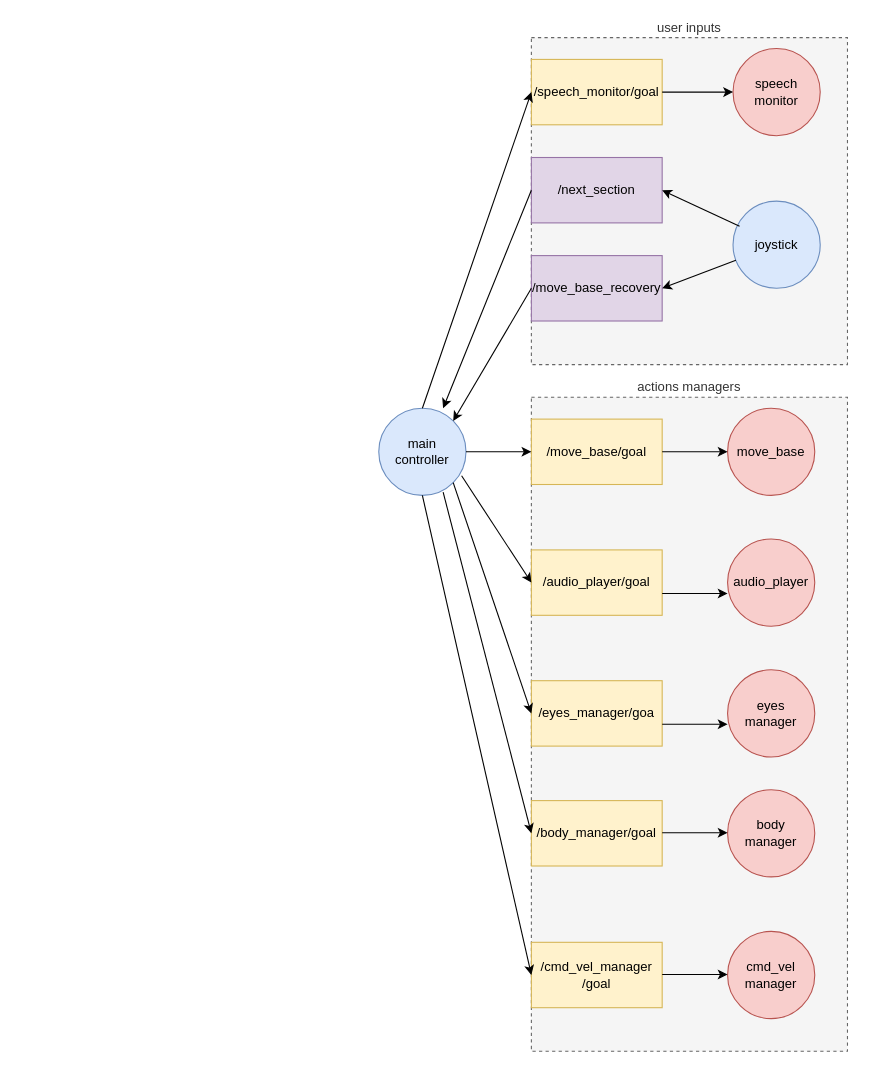
The draw.io diagram pictures/Main Controller.drawio in LorenzoBonetti/RoboTheatreWS, before the edit. Source tidied: cells renumbered, new cells numbered last; positions are measured from the earlier drawing's top-left corner, leaving out a move shared by most shapes. Both pictures are drawn from the tidied source at 109%, with x=0, y=0 at pixel (378, 37).
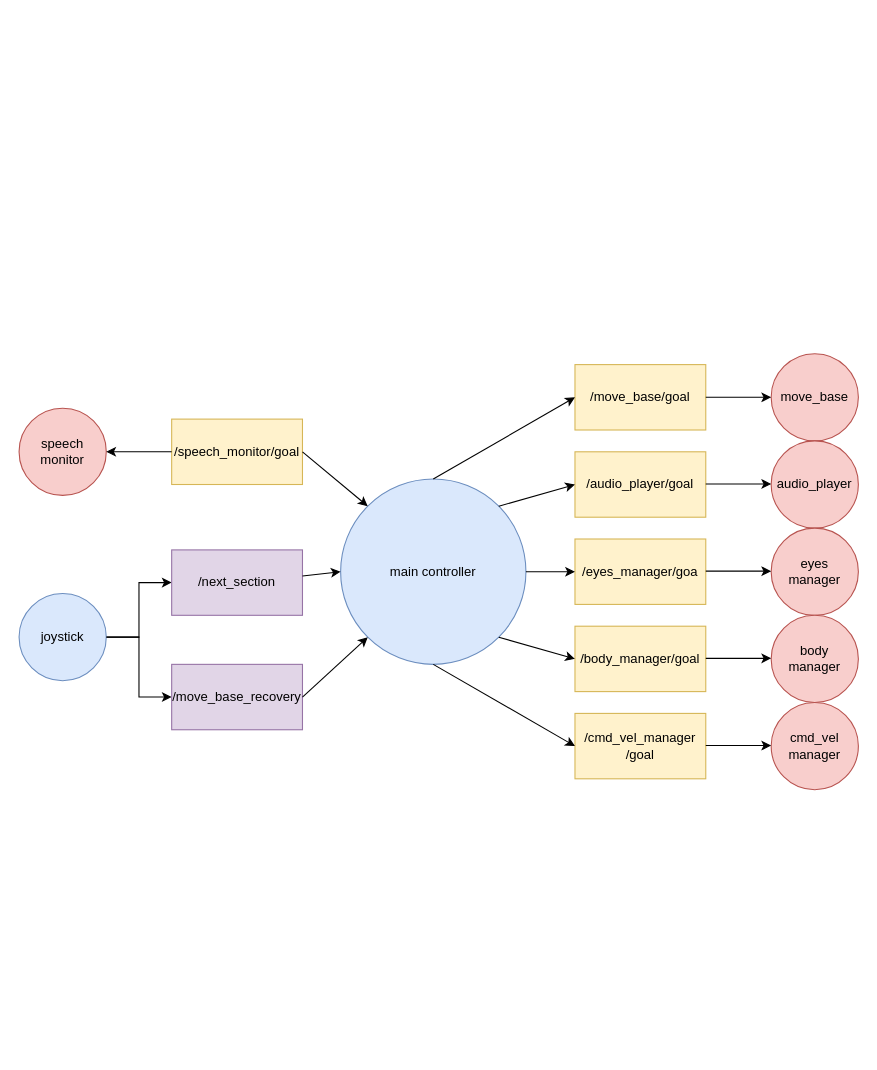
After the change.

Change to the diagram source:
```diff
@@
-    <mxCell id="2" value="user inputs" style="rounded=0;whiteSpace=wrap;html=1;fillColor=#f5f5f5;strokeColor=#666666;fontColor=#333333;dashed=1;labelPosition=center;verticalLabelPosition=top;align=center;verticalAlign=bottom;" parent="1" vertex="1">
-      <mxGeometry x="140" width="290" height="300" as="geometry" />
-    </mxCell>
-    <mxCell id="3" value="actions managers" style="rounded=0;whiteSpace=wrap;html=1;labelPosition=center;verticalLabelPosition=top;align=center;verticalAlign=bottom;dashed=1;fillColor=#f5f5f5;strokeColor=#666666;fontColor=#333333;" parent="1" vertex="1">
-      <mxGeometry x="140" y="330" width="290" height="600" as="geometry" />
-    </mxCell>
     <mxCell id="4" value="main controller" style="ellipse;whiteSpace=wrap;html=1;fillColor=#dae8fc;strokeColor=#6c8ebf;" parent="1" vertex="1">
-      <mxGeometry y="340" width="80" height="80" as="geometry" />
+      <mxGeometry x="-35" y="405" width="170" height="170" as="geometry" />
     </mxCell>
     <mxCell id="5" value="move_base" style="ellipse;whiteSpace=wrap;html=1;fillColor=#f8cecc;strokeColor=#b85450;" parent="1" vertex="1">
-      <mxGeometry x="320" y="340" width="80" height="80" as="geometry" />
+      <mxGeometry x="360" y="290" width="80" height="80" as="geometry" />
     </mxCell>
     <mxCell id="6" value="audio_player" style="ellipse;whiteSpace=wrap;html=1;fillColor=#f8cecc;strokeColor=#b85450;" parent="1" vertex="1">
-      <mxGeometry x="320" y="460" width="80" height="80" as="geometry" />
+      <mxGeometry x="360" y="370" width="80" height="80" as="geometry" />
     </mxCell>
     <mxCell id="7" value="&lt;div&gt;eyes&lt;/div&gt;&lt;div&gt;manager&lt;/div&gt;" style="ellipse;whiteSpace=wrap;html=1;fillColor=#f8cecc;strokeColor=#b85450;" parent="1" vertex="1">
-      <mxGeometry x="320" y="580" width="80" height="80" as="geometry" />
+      <mxGeometry x="360" y="450" width="80" height="80" as="geometry" />
     </mxCell>
     <mxCell id="8" value="&lt;div&gt;body&lt;/div&gt;&lt;div&gt;manager&lt;/div&gt;" style="ellipse;whiteSpace=wrap;html=1;fillColor=#f8cecc;strokeColor=#b85450;" parent="1" vertex="1">
-      <mxGeometry x="320" y="690" width="80" height="80" as="geometry" />
+      <mxGeometry x="360" y="530" width="80" height="80" as="geometry" />
     </mxCell>
     <mxCell id="9" value="/move_base/goal" style="rounded=0;whiteSpace=wrap;html=1;fillColor=#fff2cc;strokeColor=#d6b656;" parent="1" vertex="1">
-      <mxGeometry x="140" y="350" width="120" height="60" as="geometry" />
+      <mxGeometry x="180" y="300" width="120" height="60" as="geometry" />
     </mxCell>
     <mxCell id="10" value="/audio_player/goal" style="rounded=0;whiteSpace=wrap;html=1;fillColor=#fff2cc;strokeColor=#d6b656;" parent="1" vertex="1">
-      <mxGeometry x="140" y="470" width="120" height="60" as="geometry" />
+      <mxGeometry x="180" y="380" width="120" height="60" as="geometry" />
     </mxCell>
     <mxCell id="11" value="/eyes_manager/goa" style="rounded=0;whiteSpace=wrap;html=1;fillColor=#fff2cc;strokeColor=#d6b656;" parent="1" vertex="1">
-      <mxGeometry x="140" y="590" width="120" height="60" as="geometry" />
+      <mxGeometry x="180" y="460" width="120" height="60" as="geometry" />
     </mxCell>
     <mxCell id="12" value="/body_manager/goal" style="rounded=0;whiteSpace=wrap;html=1;fillColor=#fff2cc;strokeColor=#d6b656;" parent="1" vertex="1">
-      <mxGeometry x="140" y="700" width="120" height="60" as="geometry" />
+      <mxGeometry x="180" y="540" width="120" height="60" as="geometry" />
     </mxCell>
-    <mxCell id="13" style="endArrow=classic;html=1;entryX=0;entryY=0.5;entryDx=0;entryDy=0;exitX=1;exitY=0.5;exitDx=0;exitDy=0;" parent="1" edge="1" source="4" target="9">
-      <mxGeometry relative="1" as="geometry" />
-    </mxCell>
-    <mxCell id="14" style="endArrow=classic;html=1;exitX=0.95;exitY=0.775;exitDx=0;exitDy=0;entryX=0;entryY=0.5;entryDx=0;entryDy=0;exitPerimeter=0;" parent="1" edge="1" source="4" target="10">
-      <mxGeometry relative="1" as="geometry" />
-    </mxCell>
-    <mxCell id="15" style="endArrow=classic;html=1;entryX=0;entryY=0.5;entryDx=0;entryDy=0;exitX=1;exitY=1;exitDx=0;exitDy=0;" parent="1" edge="1" source="4" target="11">
-      <mxGeometry relative="1" as="geometry" />
-    </mxCell>
-    <mxCell id="16" style="endArrow=classic;html=1;exitX=0.738;exitY=0.963;exitDx=0;exitDy=0;entryX=0;entryY=0.5;entryDx=0;entryDy=0;exitPerimeter=0;" parent="1" edge="1" source="4" target="12">
-      <mxGeometry relative="1" as="geometry" />
-    </mxCell>
     <mxCell id="17" value="&lt;div&gt;cmd_vel&lt;/div&gt;&lt;div&gt;manager&lt;br&gt;&lt;/div&gt;" style="ellipse;whiteSpace=wrap;html=1;fillColor=#f8cecc;strokeColor=#b85450;" parent="1" vertex="1">
-      <mxGeometry x="320" y="820" width="80" height="80" as="geometry" />
+      <mxGeometry x="360" y="610" width="80" height="80" as="geometry" />
     </mxCell>
     <mxCell id="18" value="&lt;div&gt;/cmd_vel_manager&lt;/div&gt;&lt;div&gt;/goal&lt;/div&gt;" style="rounded=0;whiteSpace=wrap;html=1;fillColor=#fff2cc;strokeColor=#d6b656;" parent="1" vertex="1">
-      <mxGeometry x="140" y="830" width="120" height="60" as="geometry" />
+      <mxGeometry x="180" y="620" width="120" height="60" as="geometry" />
     </mxCell>
-    <mxCell id="19" style="endArrow=classic;html=1;exitX=0.5;exitY=1;exitDx=0;exitDy=0;entryX=0;entryY=0.5;entryDx=0;entryDy=0;" parent="1" edge="1" source="4" target="18">
-      <mxGeometry relative="1" as="geometry" />
-    </mxCell>
-    <mxCell id="20" style="endArrow=classic;html=1;entryX=0;entryY=0.5;entryDx=0;entryDy=0;" parent="1" edge="1" source="9" target="5">
-      <mxGeometry relative="1" as="geometry" />
-    </mxCell>
     <mxCell id="21" style="endArrow=classic;html=1;entryX=0;entryY=0.5;entryDx=0;entryDy=0;" parent="1" edge="1">
       <mxGeometry relative="1" as="geometry">
-        <mxPoint x="260" y="510" as="sourcePoint" />
-        <mxPoint x="320" y="510" as="targetPoint" />
+        <mxPoint x="300" y="330" as="sourcePoint" />
+        <mxPoint x="360" y="330" as="targetPoint" />
       </mxGeometry>
     </mxCell>
     <mxCell id="22" style="endArrow=classic;html=1;entryX=0;entryY=0.5;entryDx=0;entryDy=0;" parent="1" edge="1">
       <mxGeometry relative="1" as="geometry">
-        <mxPoint x="260" y="630" as="sourcePoint" />
-        <mxPoint x="320" y="630" as="targetPoint" />
+        <mxPoint x="300" y="409.5" as="sourcePoint" />
+        <mxPoint x="360" y="409.5" as="targetPoint" />
       </mxGeometry>
     </mxCell>
     <mxCell id="23" style="endArrow=classic;html=1;entryX=0;entryY=0.5;entryDx=0;entryDy=0;" parent="1" edge="1">
       <mxGeometry relative="1" as="geometry">
-        <mxPoint x="260" y="729.5" as="sourcePoint" />
-        <mxPoint x="320" y="729.5" as="targetPoint" />
+        <mxPoint x="300" y="489.5" as="sourcePoint" />
+        <mxPoint x="360" y="489.5" as="targetPoint" />
       </mxGeometry>
     </mxCell>
     <mxCell id="24" style="endArrow=classic;html=1;entryX=0;entryY=0.5;entryDx=0;entryDy=0;" parent="1" edge="1">
       <mxGeometry relative="1" as="geometry">
-        <mxPoint x="260" y="859.5" as="sourcePoint" />
-        <mxPoint x="320" y="859.5" as="targetPoint" />
+        <mxPoint x="300" y="569.5" as="sourcePoint" />
+        <mxPoint x="360" y="569.5" as="targetPoint" />
       </mxGeometry>
     </mxCell>
     <mxCell id="25" value="speech monitor" style="ellipse;whiteSpace=wrap;html=1;fillColor=#f8cecc;strokeColor=#b85450;" parent="1" vertex="1">
-      <mxGeometry x="325" y="10" width="80" height="80" as="geometry" />
+      <mxGeometry x="-330" y="340" width="80" height="80" as="geometry" />
     </mxCell>
+    <mxCell id="31" style="edgeStyle=orthogonalEdgeStyle;rounded=0;jettySize=auto;html=1;" parent="1" edge="1" source="26" target="29">
+      <mxGeometry relative="1" as="geometry" />
+    </mxCell>
     <mxCell id="26" value="&lt;div&gt;joystick &lt;br&gt;&lt;/div&gt;" style="ellipse;whiteSpace=wrap;html=1;fillColor=#dae8fc;strokeColor=#6c8ebf;" parent="1" vertex="1">
-      <mxGeometry x="325" y="150" width="80" height="80" as="geometry" />
+      <mxGeometry x="-330" y="510" width="80" height="80" as="geometry" />
     </mxCell>
     <mxCell id="27" value="/speech_monitor/goal" style="rounded=0;whiteSpace=wrap;html=1;fillColor=#fff2cc;strokeColor=#d6b656;" parent="1" vertex="1">
-      <mxGeometry x="140" y="20" width="120" height="60" as="geometry" />
+      <mxGeometry x="-190" y="350" width="120" height="60" as="geometry" />
     </mxCell>
+    <mxCell id="30" style="edgeStyle=orthogonalEdgeStyle;rounded=0;jettySize=auto;html=1;" parent="1" edge="1" source="26" target="28">
+      <mxGeometry relative="1" as="geometry" />
+    </mxCell>
     <mxCell id="28" value="/next_section" style="rounded=0;whiteSpace=wrap;html=1;fillColor=#e1d5e7;strokeColor=#9673a6;" parent="1" vertex="1">
-      <mxGeometry x="140" y="110" width="120" height="60" as="geometry" />
+      <mxGeometry x="-190" y="470" width="120" height="60" as="geometry" />
     </mxCell>
     <mxCell id="29" value="/move_base_recovery" style="rounded=0;whiteSpace=wrap;html=1;fillColor=#e1d5e7;strokeColor=#9673a6;" parent="1" vertex="1">
-      <mxGeometry x="140" y="200" width="120" height="60" as="geometry" />
+      <mxGeometry x="-190" y="575" width="120" height="60" as="geometry" />
     </mxCell>
-    <mxCell id="30" style="endArrow=classic;html=1;entryX=1;entryY=0.5;entryDx=0;entryDy=0;exitX=0.075;exitY=0.288;exitDx=0;exitDy=0;exitPerimeter=0;" parent="1" edge="1" source="26" target="28">
-      <mxGeometry relative="1" as="geometry" />
-    </mxCell>
-    <mxCell id="31" style="endArrow=classic;html=1;entryX=1;entryY=0.5;entryDx=0;entryDy=0;" parent="1" edge="1" source="26" target="29">
-      <mxGeometry relative="1" as="geometry" />
-    </mxCell>
-    <mxCell id="32" style="endArrow=classic;html=1;entryX=0;entryY=0.5;entryDx=0;entryDy=0;exitX=0.5;exitY=0;exitDx=0;exitDy=0;" parent="1" edge="1" source="4" target="27">
-      <mxGeometry relative="1" as="geometry" />
-    </mxCell>
+    <mxCell id="36" style="endArrow=classic;html=1;entryX=0;entryY=0.5;entryDx=0;entryDy=0;" parent="1" edge="1">
+      <mxGeometry relative="1" as="geometry">
+        <mxPoint x="300" y="649.5" as="sourcePoint" />
+        <mxPoint x="360" y="649.5" as="targetPoint" />
+      </mxGeometry>
+    </mxCell>
-    <mxCell id="33" style="endArrow=classic;html=1;entryX=0;entryY=0.5;entryDx=0;entryDy=0;exitX=1;exitY=0.5;exitDx=0;exitDy=0;" parent="1" edge="1" source="27" target="25">
+    <mxCell id="33" style="endArrow=classic;html=1;entryX=1;entryY=0.5;entryDx=0;entryDy=0;exitX=0;exitY=0.5;exitDx=0;exitDy=0;" parent="1" edge="1" source="27" target="25">
       <mxGeometry relative="1" as="geometry" />
     </mxCell>
-    <mxCell id="34" style="endArrow=classic;html=1;exitX=0;exitY=0.5;exitDx=0;exitDy=0;" parent="1" edge="1" source="28">
-      <mxGeometry relative="1" as="geometry">
-        <mxPoint x="59" y="340" as="targetPoint" />
-      </mxGeometry>
-    </mxCell>
+    <mxCell id="13" style="endArrow=classic;html=1;entryX=0;entryY=0.5;entryDx=0;entryDy=0;exitX=0.5;exitY=0;exitDx=0;exitDy=0;" parent="1" edge="1" source="4" target="9">
+      <mxGeometry relative="1" as="geometry" />
+    </mxCell>
+    <mxCell id="14" style="endArrow=classic;html=1;entryX=0;entryY=0.5;entryDx=0;entryDy=0;exitX=1;exitY=0;exitDx=0;exitDy=0;" parent="1" edge="1" source="4" target="10">
+      <mxGeometry relative="1" as="geometry" />
+    </mxCell>
+    <mxCell id="15" style="endArrow=classic;html=1;entryX=0;entryY=0.5;entryDx=0;entryDy=0;exitX=1;exitY=0.5;exitDx=0;exitDy=0;" parent="1" edge="1" source="4" target="11">
+      <mxGeometry relative="1" as="geometry" />
+    </mxCell>
+    <mxCell id="19" style="endArrow=classic;html=1;exitX=0.5;exitY=1;exitDx=0;exitDy=0;entryX=0;entryY=0.5;entryDx=0;entryDy=0;" parent="1" edge="1" source="4" target="18">
+      <mxGeometry relative="1" as="geometry" />
+    </mxCell>
+    <mxCell id="16" style="endArrow=classic;html=1;entryX=0;entryY=0.5;entryDx=0;entryDy=0;exitX=1;exitY=1;exitDx=0;exitDy=0;" parent="1" edge="1" source="4" target="12">
+      <mxGeometry relative="1" as="geometry" />
+    </mxCell>
-    <mxCell id="35" style="endArrow=classic;html=1;entryX=1;entryY=0;entryDx=0;entryDy=0;exitX=0;exitY=0.5;exitDx=0;exitDy=0;" parent="1" edge="1" source="29" target="4">
+    <mxCell id="35" style="endArrow=classic;html=1;entryX=0;entryY=1;entryDx=0;entryDy=0;exitX=1;exitY=0.5;exitDx=0;exitDy=0;" parent="1" edge="1" source="29" target="4">
       <mxGeometry relative="1" as="geometry" />
     </mxCell>
+    <mxCell id="37" style="endArrow=classic;html=1;entryX=0;entryY=0.5;entryDx=0;entryDy=0;exitX=1;exitY=0.4;exitDx=0;exitDy=0;exitPerimeter=0;" parent="1" edge="1" source="28" target="4">
+      <mxGeometry relative="1" as="geometry" />
+    </mxCell>
+    <mxCell id="38" style="endArrow=classic;html=1;exitX=1;exitY=0.5;exitDx=0;exitDy=0;entryX=0;entryY=0;entryDx=0;entryDy=0;" parent="1" edge="1" source="27" target="4">
+      <mxGeometry relative="1" as="geometry" />
+    </mxCell>
```
